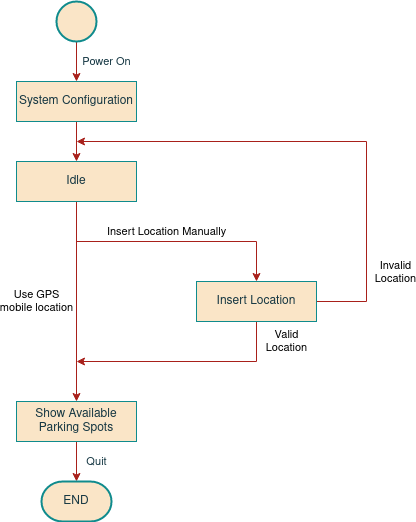
This is project/report/images/06remote_system/WebSite_StateChart.png from ESRGgroup9/slipad, a draw.io export, as it was before one commit. Source tidied: cells renumbered, new cells last; positions are measured from the earlier drawing's top-left corner, leaving out a move shared by most shapes.
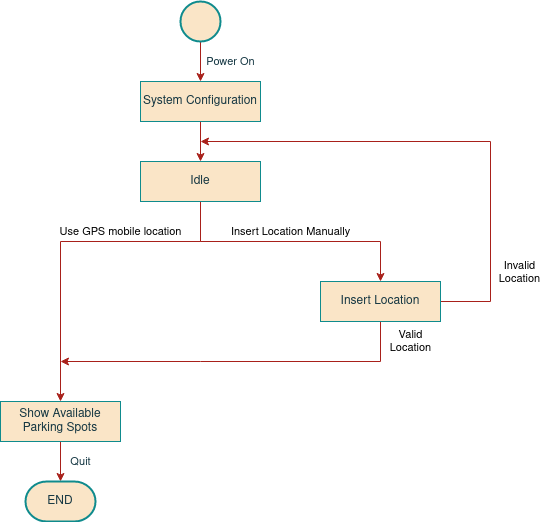
After the commit.

Commit message:
review remote sys state chart diagram

Change to the diagram source:
```diff
@@ -21,7 +21,7 @@
       <mxGeometry y="20" relative="1" as="geometry" />
     </mxCell>
     <mxCell id="6" value="END" style="strokeWidth=2;html=1;shape=mxgraph.flowchart.terminator;whiteSpace=wrap;fillColor=#FAE5C7;align=center;verticalAlign=middle;strokeColor=#0F8B8D;fontColor=#143642;" parent="1" vertex="1">
-      <mxGeometry x="25" y="480" width="70" height="40" as="geometry" />
+      <mxGeometry x="-115" y="480" width="70" height="40" as="geometry" />
     </mxCell>
     <mxCell id="7" style="edgeStyle=orthogonalEdgeStyle;rounded=0;jettySize=auto;html=1;exitX=0.5;exitY=1;exitDx=0;exitDy=0;entryX=0.5;entryY=0;entryDx=0;entryDy=0;strokeColor=#A8201A;" parent="1" edge="1" source="8" target="14">
       <mxGeometry relative="1" as="geometry" />
@@ -30,8 +30,8 @@
       <mxGeometry y="80" width="120" height="40" as="geometry" />
     </mxCell>
     <mxCell id="9" value="&lt;div&gt;Valid &lt;br&gt;&lt;/div&gt;&lt;div&gt;Location&lt;/div&gt;" style="edgeStyle=orthogonalEdgeStyle;rounded=0;jettySize=auto;html=1;strokeColor=#A8201A;labelBackgroundColor=none;" parent="1" edge="1" source="10">
-      <mxGeometry x="-0.82" y="30" relative="1" as="geometry">
-        <mxPoint x="60" y="360" as="targetPoint" />
+      <mxGeometry x="-0.89" y="30" relative="1" as="geometry">
+        <mxPoint x="-80" y="360" as="targetPoint" />
         <Array as="points">
           <mxPoint x="240" y="360" />
           <mxPoint x="60" y="360" />
@@ -42,10 +42,15 @@
       <mxGeometry x="180" y="280" width="120" height="40" as="geometry" />
     </mxCell>
     <mxCell id="11" value="&lt;div&gt;Show Available &lt;br&gt;&lt;/div&gt;&lt;div&gt;Parking Spots&lt;/div&gt;" style="rounded=0;whiteSpace=wrap;html=1;sketch=0;fontColor=#143642;strokeColor=#0F8B8D;fillColor=#FAE5C7;" parent="1" vertex="1">
-      <mxGeometry y="400" width="120" height="40" as="geometry" />
+      <mxGeometry x="-140" y="400" width="120" height="40" as="geometry" />
     </mxCell>
-    <mxCell id="12" value="&lt;div&gt;Use GPS &lt;br&gt;&lt;/div&gt;&lt;div&gt;mobile location&lt;/div&gt;" style="edgeStyle=orthogonalEdgeStyle;rounded=0;jettySize=auto;html=1;entryX=0.5;entryY=0;entryDx=0;entryDy=0;strokeColor=#A8201A;" parent="1" edge="1" source="14" target="11">
-      <mxGeometry y="-40" relative="1" as="geometry" />
+    <mxCell id="12" value="&lt;div&gt;Use GPS mobile location&lt;/div&gt;" style="edgeStyle=orthogonalEdgeStyle;rounded=0;jettySize=auto;html=1;entryX=0.5;entryY=0;entryDx=0;entryDy=0;strokeColor=#A8201A;" parent="1" edge="1" source="14" target="11">
+      <mxGeometry x="-0.29" y="-10" relative="1" as="geometry">
+        <Array as="points">
+          <mxPoint x="60" y="240" />
+          <mxPoint x="-80" y="240" />
+        </Array>
+      </mxGeometry>
     </mxCell>
     <mxCell id="13" value="&lt;div&gt;Insert Location Manually&lt;/div&gt;" style="edgeStyle=orthogonalEdgeStyle;rounded=0;jettySize=auto;html=1;entryX=0.5;entryY=0;entryDx=0;entryDy=0;strokeColor=#A8201A;" parent="1" edge="1" source="14" target="10">
       <mxGeometry y="10" relative="1" as="geometry">
```
